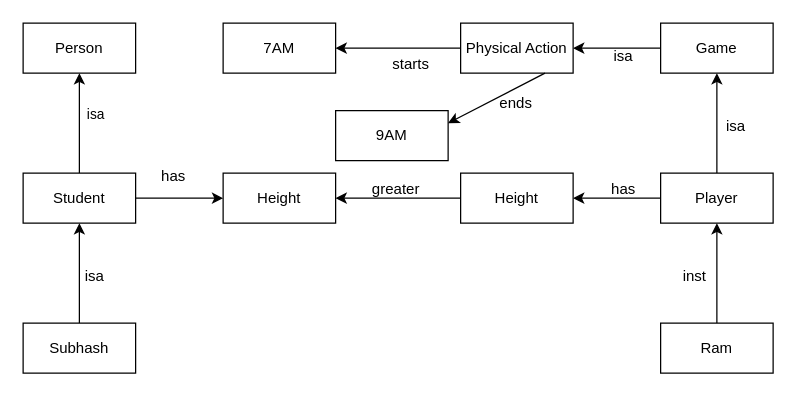
This is semantic network.drawio from mzndnes/tic, a draw.io file, before an edit. Source tidied: cells renumbered, new cells numbered last; positions are measured from the earlier drawing's top-left corner, leaving out a move shared by most shapes. Both pictures are drawn from the tidied source at 125%, with x=0, y=0 at pixel (22, 22).
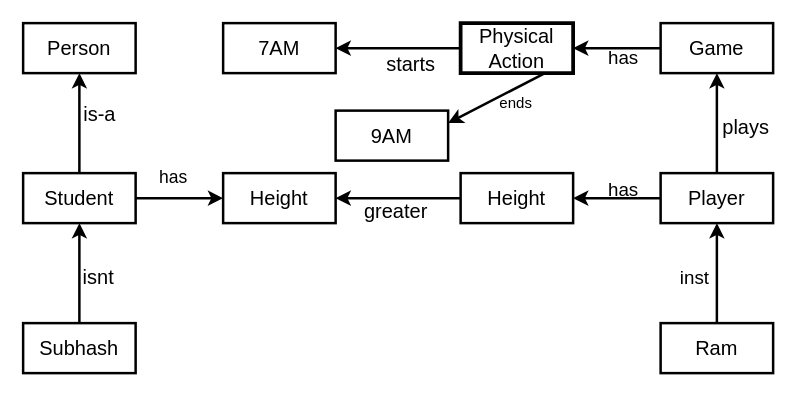
After the change.

What changed in the source:
```diff
@@
-    <mxCell id="2" style="edgeStyle=orthogonalEdgeStyle;rounded=0;jettySize=auto;html=1;entryX=0.5;entryY=1;entryDx=0;entryDy=0;" parent="1" edge="1" source="3" target="7">
+    <mxCell id="2" style="edgeStyle=orthogonalEdgeStyle;rounded=0;jettySize=auto;html=1;entryX=0.5;entryY=1;entryDx=0;entryDy=0;strokeWidth=2;" parent="1" edge="1" source="3" target="7">
       <mxGeometry relative="1" as="geometry" />
     </mxCell>
-    <mxCell id="3" value="Subhash" style="rounded=0;whiteSpace=wrap;html=1;" parent="1" vertex="1">
+    <mxCell id="3" value="Subhash" style="rounded=0;whiteSpace=wrap;html=1;strokeWidth=2;fontSize=16;" parent="1" vertex="1">
       <mxGeometry y="240" width="90" height="40" as="geometry" />
     </mxCell>
-    <mxCell id="4" style="edgeStyle=orthogonalEdgeStyle;rounded=0;jettySize=auto;html=1;entryX=0.5;entryY=1;entryDx=0;entryDy=0;" parent="1" edge="1" source="7" target="8">
+    <mxCell id="4" style="edgeStyle=orthogonalEdgeStyle;rounded=0;jettySize=auto;html=1;entryX=0.5;entryY=1;entryDx=0;entryDy=0;strokeWidth=2;" parent="1" edge="1" source="7" target="8">
       <mxGeometry relative="1" as="geometry" />
     </mxCell>
-    <mxCell id="5" value="isa" style="edgeLabel;html=1;align=center;verticalAlign=middle;" parent="4" vertex="1">
+    <mxCell id="5" value="is-a" style="edgeLabel;html=1;align=center;verticalAlign=middle;fontSize=16;" parent="4" vertex="1">
       <mxGeometry x="0.2" y="-5" relative="1" as="geometry">
-        <mxPoint x="7" as="offset" />
+        <mxPoint x="10" as="offset" />
       </mxGeometry>
     </mxCell>
-    <mxCell id="6" style="edgeStyle=orthogonalEdgeStyle;rounded=0;jettySize=auto;html=1;" parent="1" edge="1" source="7" target="16">
+    <mxCell id="6" style="edgeStyle=orthogonalEdgeStyle;rounded=0;jettySize=auto;html=1;strokeWidth=2;" parent="1" edge="1" source="7" target="16">
       <mxGeometry relative="1" as="geometry" />
     </mxCell>
-    <mxCell id="7" value="Student" style="rounded=0;whiteSpace=wrap;html=1;" parent="1" vertex="1">
+    <mxCell id="7" value="Student" style="rounded=0;whiteSpace=wrap;html=1;strokeWidth=2;fontSize=16;" parent="1" vertex="1">
       <mxGeometry y="120" width="90" height="40" as="geometry" />
     </mxCell>
-    <mxCell id="8" value="Person" style="rounded=0;whiteSpace=wrap;html=1;" parent="1" vertex="1">
+    <mxCell id="8" value="Person" style="rounded=0;whiteSpace=wrap;html=1;strokeWidth=2;fontSize=16;" parent="1" vertex="1">
       <mxGeometry width="90" height="40" as="geometry" />
     </mxCell>
-    <mxCell id="9" style="edgeStyle=orthogonalEdgeStyle;rounded=0;jettySize=auto;html=1;entryX=1;entryY=0.5;entryDx=0;entryDy=0;" parent="1" edge="1" source="11" target="18">
+    <mxCell id="9" style="edgeStyle=orthogonalEdgeStyle;rounded=0;jettySize=auto;html=1;entryX=1;entryY=0.5;entryDx=0;entryDy=0;strokeWidth=2;" parent="1" edge="1" source="11" target="18">
       <mxGeometry relative="1" as="geometry" />
     </mxCell>
-    <mxCell id="10" style="edgeStyle=orthogonalEdgeStyle;rounded=0;jettySize=auto;html=1;entryX=0.5;entryY=1;entryDx=0;entryDy=0;" parent="1" edge="1" source="11" target="15">
+    <mxCell id="10" style="edgeStyle=orthogonalEdgeStyle;rounded=0;jettySize=auto;html=1;entryX=0.5;entryY=1;entryDx=0;entryDy=0;strokeWidth=2;" parent="1" edge="1" source="11" target="15">
       <mxGeometry relative="1" as="geometry" />
     </mxCell>
-    <mxCell id="11" value="Player" style="rounded=0;whiteSpace=wrap;html=1;" parent="1" vertex="1">
+    <mxCell id="11" value="Player" style="rounded=0;whiteSpace=wrap;html=1;strokeWidth=2;fontSize=16;" parent="1" vertex="1">
       <mxGeometry x="510" y="120" width="90" height="40" as="geometry" />
     </mxCell>
-    <mxCell id="12" style="edgeStyle=orthogonalEdgeStyle;rounded=0;jettySize=auto;html=1;entryX=0.5;entryY=1;entryDx=0;entryDy=0;" parent="1" edge="1" source="13" target="11">
+    <mxCell id="12" style="edgeStyle=orthogonalEdgeStyle;rounded=0;jettySize=auto;html=1;entryX=0.5;entryY=1;entryDx=0;entryDy=0;strokeWidth=2;" parent="1" edge="1" source="13" target="11">
       <mxGeometry relative="1" as="geometry" />
     </mxCell>
-    <mxCell id="13" value="Ram" style="rounded=0;whiteSpace=wrap;html=1;" parent="1" vertex="1">
+    <mxCell id="13" value="Ram" style="rounded=0;whiteSpace=wrap;html=1;strokeWidth=2;fontSize=16;" parent="1" vertex="1">
       <mxGeometry x="510" y="240" width="90" height="40" as="geometry" />
     </mxCell>
-    <mxCell id="14" style="edgeStyle=orthogonalEdgeStyle;rounded=0;jettySize=auto;html=1;entryX=1;entryY=0.5;entryDx=0;entryDy=0;" parent="1" edge="1" source="15" target="20">
+    <mxCell id="14" style="edgeStyle=orthogonalEdgeStyle;rounded=0;jettySize=auto;html=1;entryX=1;entryY=0.5;entryDx=0;entryDy=0;strokeWidth=2;" parent="1" edge="1" source="15" target="20">
       <mxGeometry relative="1" as="geometry" />
     </mxCell>
-    <mxCell id="15" value="Game" style="rounded=0;whiteSpace=wrap;html=1;" parent="1" vertex="1">
+    <mxCell id="15" value="Game" style="rounded=0;whiteSpace=wrap;html=1;strokeWidth=2;fontSize=16;" parent="1" vertex="1">
       <mxGeometry x="510" width="90" height="40" as="geometry" />
     </mxCell>
-    <mxCell id="16" value="Height" style="rounded=0;whiteSpace=wrap;html=1;" parent="1" vertex="1">
+    <mxCell id="16" value="Height" style="rounded=0;whiteSpace=wrap;html=1;strokeWidth=2;fontSize=16;" parent="1" vertex="1">
       <mxGeometry x="160" y="120" width="90" height="40" as="geometry" />
     </mxCell>
-    <mxCell id="17" style="edgeStyle=orthogonalEdgeStyle;rounded=0;jettySize=auto;html=1;entryX=1;entryY=0.5;entryDx=0;entryDy=0;" parent="1" edge="1" source="18" target="16">
+    <mxCell id="17" style="edgeStyle=orthogonalEdgeStyle;rounded=0;jettySize=auto;html=1;entryX=1;entryY=0.5;entryDx=0;entryDy=0;strokeWidth=2;" parent="1" edge="1" source="18" target="16">
       <mxGeometry relative="1" as="geometry" />
     </mxCell>
-    <mxCell id="18" value="Height" style="rounded=0;whiteSpace=wrap;html=1;" parent="1" vertex="1">
+    <mxCell id="18" value="Height" style="rounded=0;whiteSpace=wrap;html=1;strokeWidth=2;fontSize=16;" parent="1" vertex="1">
       <mxGeometry x="350" y="120" width="90" height="40" as="geometry" />
     </mxCell>
-    <mxCell id="19" style="edgeStyle=orthogonalEdgeStyle;rounded=0;jettySize=auto;html=1;" parent="1" edge="1" source="20" target="21">
+    <mxCell id="19" style="edgeStyle=orthogonalEdgeStyle;rounded=0;jettySize=auto;html=1;strokeWidth=2;" parent="1" edge="1" source="20" target="21">
       <mxGeometry relative="1" as="geometry" />
     </mxCell>
-    <mxCell id="20" value="Physical Action" style="rounded=0;whiteSpace=wrap;html=1;" parent="1" vertex="1">
+    <mxCell id="20" value="Physical Action" style="rounded=0;whiteSpace=wrap;html=1;strokeWidth=3;fontSize=16;" parent="1" vertex="1">
       <mxGeometry x="350" width="90" height="40" as="geometry" />
     </mxCell>
-    <mxCell id="21" value="7AM" style="rounded=0;whiteSpace=wrap;html=1;" parent="1" vertex="1">
+    <mxCell id="21" value="7AM" style="rounded=0;whiteSpace=wrap;html=1;strokeWidth=2;fontSize=16;" parent="1" vertex="1">
       <mxGeometry x="160" width="90" height="40" as="geometry" />
     </mxCell>
-    <mxCell id="22" value="9AM" style="rounded=0;whiteSpace=wrap;html=1;" parent="1" vertex="1">
+    <mxCell id="22" value="9AM" style="rounded=0;whiteSpace=wrap;html=1;strokeWidth=2;fontSize=16;" parent="1" vertex="1">
       <mxGeometry x="250" y="70" width="90" height="40" as="geometry" />
     </mxCell>
-    <mxCell id="23" style="endArrow=classic;html=1;rounded=0;entryX=1;entryY=0.25;entryDx=0;entryDy=0;exitX=0.75;exitY=1;exitDx=0;exitDy=0;" parent="1" edge="1" source="20" target="22">
+    <mxCell id="23" style="endArrow=classic;html=1;rounded=0;entryX=1;entryY=0.25;entryDx=0;entryDy=0;exitX=0.75;exitY=1;exitDx=0;exitDy=0;strokeWidth=2;" parent="1" edge="1" source="20" target="22">
       <mxGeometry relative="1" as="geometry" />
     </mxCell>
@@
-    <mxCell id="25" value="starts" style="text;html=1;align=center;verticalAlign=middle;strokeColor=none;fillColor=none;" parent="1" vertex="1">
-      <mxGeometry x="285" y="18" width="50" height="30" as="geometry" />
+    <mxCell id="25" value="starts" style="text;html=1;align=center;verticalAlign=middle;strokeColor=none;fillColor=none;fontSize=16;" parent="1" vertex="1">
+      <mxGeometry x="280" y="18" width="60" height="30" as="geometry" />
     </mxCell>
-    <mxCell id="26" value="isa" style="text;html=1;align=center;verticalAlign=middle;strokeColor=none;fillColor=none;" parent="1" vertex="1">
-      <mxGeometry x="460" y="12" width="40" height="30" as="geometry" />
+    <mxCell id="26" value="has" style="text;html=1;align=center;verticalAlign=middle;strokeColor=none;fillColor=none;fontSize=15;" parent="1" vertex="1">
+      <mxGeometry x="455" y="12" width="50" height="30" as="geometry" />
     </mxCell>
-    <mxCell id="27" value="isa" style="text;html=1;align=center;verticalAlign=middle;strokeColor=none;fillColor=none;" parent="1" vertex="1">
-      <mxGeometry x="550" y="68" width="40" height="30" as="geometry" />
+    <mxCell id="27" value="plays" style="text;html=1;align=center;verticalAlign=middle;strokeColor=none;fillColor=none;fontSize=16;" parent="1" vertex="1">
+      <mxGeometry x="548" y="68" width="60" height="30" as="geometry" />
     </mxCell>
-    <mxCell id="28" value="inst" style="text;html=1;align=center;verticalAlign=middle;strokeColor=none;fillColor=none;" parent="1" vertex="1">
-      <mxGeometry x="517" y="188" width="40" height="30" as="geometry" />
+    <mxCell id="28" value="inst" style="text;html=1;align=center;verticalAlign=middle;strokeColor=none;fillColor=none;fontSize=15;" parent="1" vertex="1">
+      <mxGeometry x="512" y="188" width="50" height="30" as="geometry" />
     </mxCell>
-    <mxCell id="29" value="has" style="text;html=1;align=center;verticalAlign=middle;strokeColor=none;fillColor=none;" parent="1" vertex="1">
-      <mxGeometry x="460" y="118" width="40" height="30" as="geometry" />
+    <mxCell id="29" value="has" style="text;html=1;align=center;verticalAlign=middle;strokeColor=none;fillColor=none;fontSize=15;" parent="1" vertex="1">
+      <mxGeometry x="455" y="118" width="50" height="30" as="geometry" />
     </mxCell>
-    <mxCell id="30" value="has" style="text;html=1;align=center;verticalAlign=middle;strokeColor=none;fillColor=none;" parent="1" vertex="1">
-      <mxGeometry x="100" y="108" width="40" height="30" as="geometry" />
+    <mxCell id="30" value="has" style="text;html=1;align=center;verticalAlign=middle;strokeColor=none;fillColor=none;fontSize=14;" parent="1" vertex="1">
+      <mxGeometry x="95" y="108" width="50" height="30" as="geometry" />
     </mxCell>
-    <mxCell id="31" value="isa" style="text;html=1;align=center;verticalAlign=middle;strokeColor=none;fillColor=none;" parent="1" vertex="1">
-      <mxGeometry x="37" y="188" width="40" height="30" as="geometry" />
+    <mxCell id="31" value="isnt" style="text;html=1;align=center;verticalAlign=middle;strokeColor=none;fillColor=none;fontSize=16;" parent="1" vertex="1">
+      <mxGeometry x="35" y="188" width="50" height="30" as="geometry" />
     </mxCell>
-    <mxCell id="32" value="greater" style="text;html=1;align=center;verticalAlign=middle;strokeColor=none;fillColor=none;" parent="1" vertex="1">
-      <mxGeometry x="268" y="118" width="60" height="30" as="geometry" />
+    <mxCell id="32" value="greater" style="text;html=1;align=center;verticalAlign=middle;strokeColor=none;fillColor=none;fontSize=16;" parent="1" vertex="1">
+      <mxGeometry x="263" y="135" width="70" height="30" as="geometry" />
     </mxCell>
```
